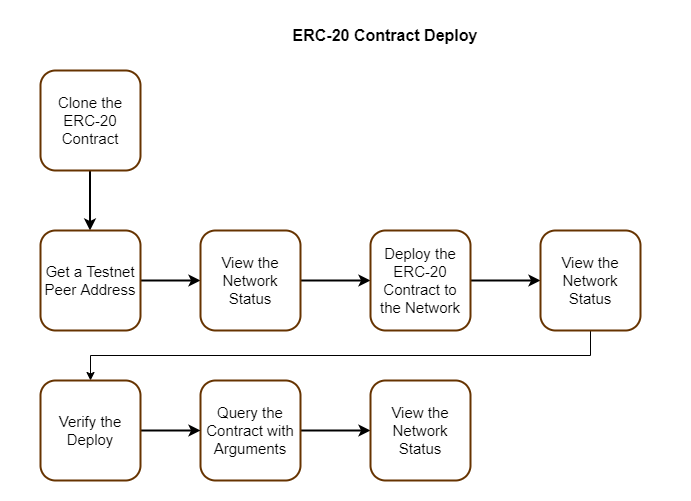
The draw.io diagram static/image/tutorials/erc-20/erc20-deploy-flow.png in casper-network/docs, before a commit. Source tidied: cells renumbered, new cells last; positions are measured from the earlier drawing's top-left corner, leaving out a move shared by most shapes. Source of this version:
```xml
<mxGraphModel>
  <root>
    <mxCell id="0" />
    <mxCell id="1" parent="0" />
    <mxCell id="2" style="rounded=0;whiteSpace=wrap;html=1;strokeColor=none;" parent="1" vertex="1">
      <mxGeometry width="690" height="500" as="geometry" />
    </mxCell>
    <mxCell id="3" style="edgeStyle=orthogonalEdgeStyle;rounded=0;orthogonalLoop=1;jettySize=auto;html=1;exitX=0.5;exitY=1;exitDx=0;exitDy=0;entryX=0.5;entryY=0;entryDx=0;entryDy=0;strokeWidth=2;" parent="1" edge="1">
      <mxGeometry relative="1" as="geometry">
        <mxPoint x="89.5" y="170" as="sourcePoint" />
        <mxPoint x="89.5" y="230" as="targetPoint" />
      </mxGeometry>
    </mxCell>
    <mxCell id="4" style="edgeStyle=orthogonalEdgeStyle;rounded=0;orthogonalLoop=1;jettySize=auto;html=1;exitX=1;exitY=0.5;exitDx=0;exitDy=0;entryX=0;entryY=0.5;entryDx=0;entryDy=0;strokeWidth=2;" parent="1" edge="1">
      <mxGeometry relative="1" as="geometry">
        <mxPoint x="220" y="250" as="sourcePoint" />
        <mxPoint x="280" y="250" as="targetPoint" />
      </mxGeometry>
    </mxCell>
    <mxCell id="5" style="edgeStyle=orthogonalEdgeStyle;rounded=0;orthogonalLoop=1;jettySize=auto;html=1;exitX=1;exitY=0.5;exitDx=0;exitDy=0;entryX=0;entryY=0.5;entryDx=0;entryDy=0;strokeWidth=2;" parent="1" edge="1">
      <mxGeometry relative="1" as="geometry">
        <mxPoint x="380" y="250" as="sourcePoint" />
        <mxPoint x="450" y="250" as="targetPoint" />
      </mxGeometry>
    </mxCell>
    <mxCell id="6" style="edgeStyle=orthogonalEdgeStyle;rounded=0;orthogonalLoop=1;jettySize=auto;html=1;exitX=1;exitY=0.5;exitDx=0;exitDy=0;entryX=0;entryY=0.5;entryDx=0;entryDy=0;strokeWidth=2;" parent="1" edge="1">
      <mxGeometry relative="1" as="geometry">
        <mxPoint x="220" y="400" as="sourcePoint" />
        <mxPoint x="280" y="400" as="targetPoint" />
      </mxGeometry>
    </mxCell>
    <mxCell id="7" style="edgeStyle=orthogonalEdgeStyle;rounded=0;orthogonalLoop=1;jettySize=auto;html=1;exitX=1;exitY=0.5;exitDx=0;exitDy=0;entryX=0;entryY=0.5;entryDx=0;entryDy=0;strokeWidth=2;" parent="1" edge="1">
      <mxGeometry relative="1" as="geometry">
        <mxPoint x="550" y="250" as="sourcePoint" />
        <mxPoint x="620" y="250" as="targetPoint" />
      </mxGeometry>
    </mxCell>
    <mxCell id="8" style="edgeStyle=orthogonalEdgeStyle;rounded=0;orthogonalLoop=1;jettySize=auto;html=1;exitX=1;exitY=0.5;exitDx=0;exitDy=0;entryX=0;entryY=0.5;entryDx=0;entryDy=0;strokeWidth=2;" parent="1" edge="1">
      <mxGeometry relative="1" as="geometry">
        <mxPoint x="380" y="400" as="sourcePoint" />
        <mxPoint x="450" y="400" as="targetPoint" />
      </mxGeometry>
    </mxCell>
    <mxCell id="9" value="&lt;font style=&quot;font-size: 15px&quot;&gt;Clone the ERC-20 Contract&lt;/font&gt;" style="rounded=1;whiteSpace=wrap;html=1;strokeColor=#663300;strokeWidth=2;align=center;" parent="1" vertex="1">
      <mxGeometry x="40" y="70" width="100" height="100" as="geometry" />
    </mxCell>
    <mxCell id="10" style="edgeStyle=orthogonalEdgeStyle;rounded=0;jettySize=auto;html=1;exitX=1;exitY=0.5;exitDx=0;exitDy=0;entryX=0;entryY=0.5;entryDx=0;entryDy=0;strokeWidth=2;" parent="1" edge="1" source="11" target="13">
      <mxGeometry relative="1" as="geometry" />
    </mxCell>
    <mxCell id="11" value="&lt;font style=&quot;font-size: 15px&quot;&gt;Get a Testnet Peer Address&lt;/font&gt;" style="rounded=1;whiteSpace=wrap;html=1;strokeColor=#663300;strokeWidth=2;align=center;" parent="1" vertex="1">
      <mxGeometry x="40" y="230" width="100" height="100" as="geometry" />
    </mxCell>
    <mxCell id="12" style="edgeStyle=orthogonalEdgeStyle;rounded=0;jettySize=auto;html=1;exitX=1;exitY=0.5;exitDx=0;exitDy=0;entryX=0;entryY=0.5;entryDx=0;entryDy=0;strokeWidth=2;" parent="1" edge="1" source="13" target="15">
      <mxGeometry relative="1" as="geometry" />
    </mxCell>
    <mxCell id="13" value="&lt;font style=&quot;font-size: 15px&quot;&gt;View the Network Status&lt;/font&gt;" style="rounded=1;whiteSpace=wrap;html=1;strokeColor=#663300;strokeWidth=2;align=center;" parent="1" vertex="1">
      <mxGeometry x="200" y="230" width="100" height="100" as="geometry" />
    </mxCell>
    <mxCell id="14" style="edgeStyle=orthogonalEdgeStyle;rounded=0;jettySize=auto;html=1;exitX=1;exitY=0.5;exitDx=0;exitDy=0;entryX=0;entryY=0.5;entryDx=0;entryDy=0;strokeWidth=2;" parent="1" edge="1" source="15" target="17">
      <mxGeometry relative="1" as="geometry" />
    </mxCell>
    <mxCell id="15" value="&lt;font style=&quot;font-size: 15px&quot;&gt;Deploy the ERC-20 Contract to the Network&lt;/font&gt;" style="rounded=1;whiteSpace=wrap;html=1;strokeColor=#663300;strokeWidth=2;align=center;" parent="1" vertex="1">
      <mxGeometry x="370" y="230" width="100" height="100" as="geometry" />
    </mxCell>
    <mxCell id="16" style="edgeStyle=orthogonalEdgeStyle;rounded=0;jettySize=auto;html=1;exitX=0.5;exitY=1;exitDx=0;exitDy=0;entryX=0.5;entryY=0;entryDx=0;entryDy=0;" parent="1" edge="1" source="17" target="22">
      <mxGeometry relative="1" as="geometry" />
    </mxCell>
    <mxCell id="17" value="&lt;font style=&quot;font-size: 15px&quot;&gt;View the Network Status&lt;/font&gt;" style="rounded=1;whiteSpace=wrap;html=1;strokeColor=#663300;strokeWidth=2;align=center;" parent="1" vertex="1">
      <mxGeometry x="540" y="230" width="100" height="100" as="geometry" />
    </mxCell>
    <mxCell id="18" style="edgeStyle=orthogonalEdgeStyle;rounded=0;jettySize=auto;html=1;exitX=1;exitY=0.5;exitDx=0;exitDy=0;strokeWidth=2;" parent="1" edge="1" source="19" target="20">
      <mxGeometry relative="1" as="geometry" />
    </mxCell>
    <mxCell id="19" value="&lt;font style=&quot;font-size: 15px&quot;&gt;Query the Contract with Arguments&lt;/font&gt;" style="rounded=1;whiteSpace=wrap;html=1;strokeColor=#663300;strokeWidth=2;align=center;" parent="1" vertex="1">
      <mxGeometry x="200" y="380" width="100" height="100" as="geometry" />
    </mxCell>
    <mxCell id="20" value="&lt;font style=&quot;font-size: 15px&quot;&gt;View the Network Status&lt;/font&gt;" style="rounded=1;whiteSpace=wrap;html=1;strokeColor=#663300;strokeWidth=2;align=center;" parent="1" vertex="1">
      <mxGeometry x="370" y="380" width="100" height="100" as="geometry" />
    </mxCell>
    <mxCell id="21" style="edgeStyle=orthogonalEdgeStyle;rounded=0;jettySize=auto;html=1;exitX=1;exitY=0.5;exitDx=0;exitDy=0;entryX=0;entryY=0.5;entryDx=0;entryDy=0;strokeWidth=2;" parent="1" edge="1" source="22" target="19">
      <mxGeometry relative="1" as="geometry" />
    </mxCell>
    <mxCell id="22" value="&lt;font style=&quot;font-size: 15px&quot;&gt;Verify the Deploy&lt;/font&gt;" style="rounded=1;whiteSpace=wrap;html=1;strokeColor=#663300;strokeWidth=2;align=center;" parent="1" vertex="1">
      <mxGeometry x="40" y="380" width="100" height="100" as="geometry" />
    </mxCell>
    <mxCell id="23" value="&lt;font size=&quot;1&quot;&gt;&lt;b style=&quot;font-size: 16px&quot;&gt;ERC-20 Contract Deploy&lt;/b&gt;&lt;/font&gt;" style="text;html=1;strokeColor=none;fillColor=none;align=center;verticalAlign=middle;whiteSpace=wrap;rounded=0;" parent="1" vertex="1">
      <mxGeometry x="260" y="20" width="250" height="30" as="geometry" />
    </mxCell>
  </root>
</mxGraphModel>
```
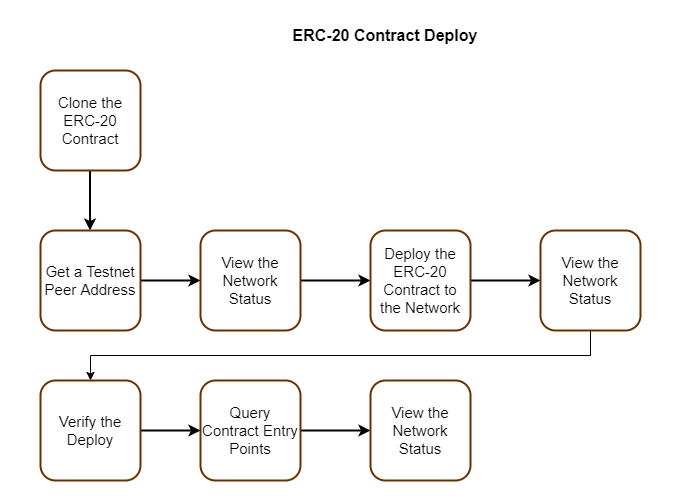
Above is the later version.

Change to the diagram source:
```diff
@@ -71,7 +71,7 @@
     <mxCell id="18" style="edgeStyle=orthogonalEdgeStyle;rounded=0;jettySize=auto;html=1;exitX=1;exitY=0.5;exitDx=0;exitDy=0;strokeWidth=2;" parent="1" edge="1" source="19" target="20">
       <mxGeometry relative="1" as="geometry" />
     </mxCell>
-    <mxCell id="19" value="&lt;font style=&quot;font-size: 15px&quot;&gt;Query the Contract with Arguments&lt;/font&gt;" style="rounded=1;whiteSpace=wrap;html=1;strokeColor=#663300;strokeWidth=2;align=center;" parent="1" vertex="1">
+    <mxCell id="19" value="&lt;font style=&quot;font-size: 15px&quot;&gt;Query Contract Entry Points&lt;/font&gt;" style="rounded=1;whiteSpace=wrap;html=1;strokeColor=#663300;strokeWidth=2;align=center;" parent="1" vertex="1">
       <mxGeometry x="200" y="380" width="100" height="100" as="geometry" />
     </mxCell>
     <mxCell id="20" value="&lt;font style=&quot;font-size: 15px&quot;&gt;View the Network Status&lt;/font&gt;" style="rounded=1;whiteSpace=wrap;html=1;strokeColor=#663300;strokeWidth=2;align=center;" parent="1" vertex="1">
```
